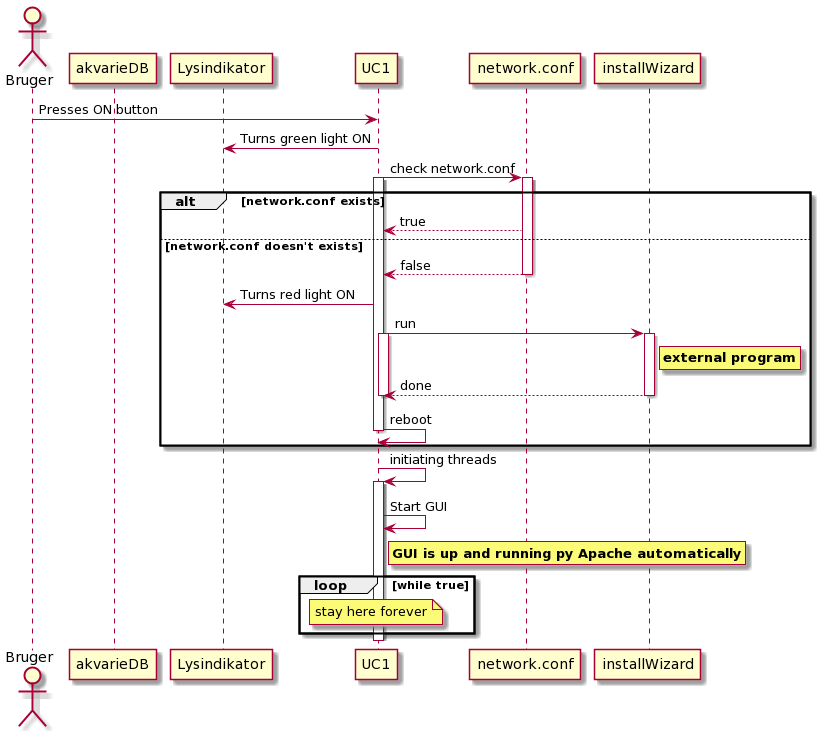
Before: Design/CC/KonceptuelSekvens/UseCase1/konceptSekvens_UC1.png, a diagram exported from PlantUML (Solvgraa-mager/E4PRJ4).
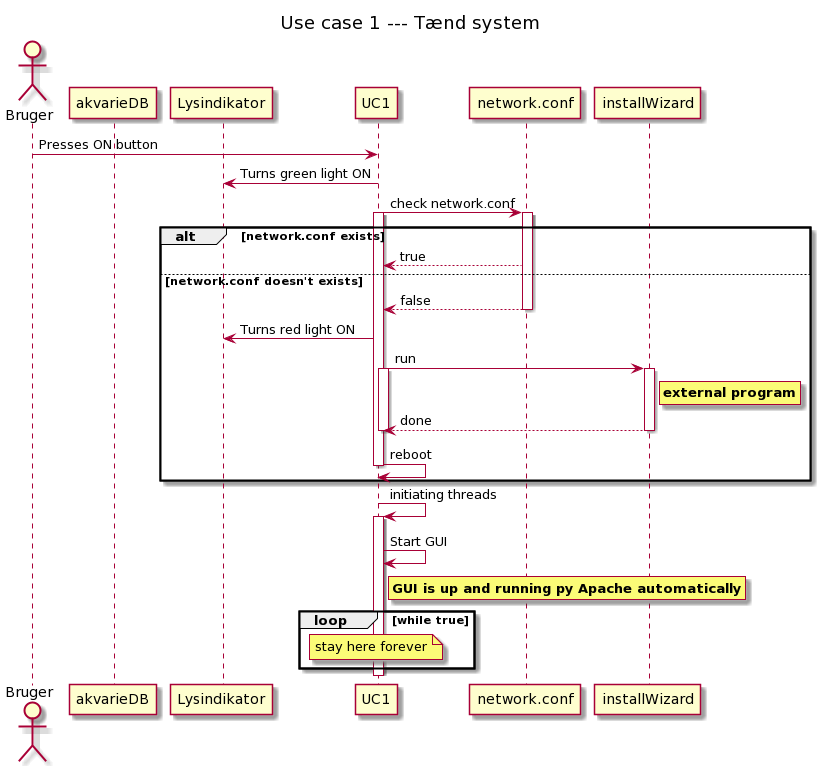
The same diagram one commit later.

The edit, as a diff of the source:
```diff
@@ -1,4 +1,5 @@
 @startuml
+Title Use case 1 --- Tænd system
 actor Bruger
 participant akvarieDB
 participant Lysindikator
```
